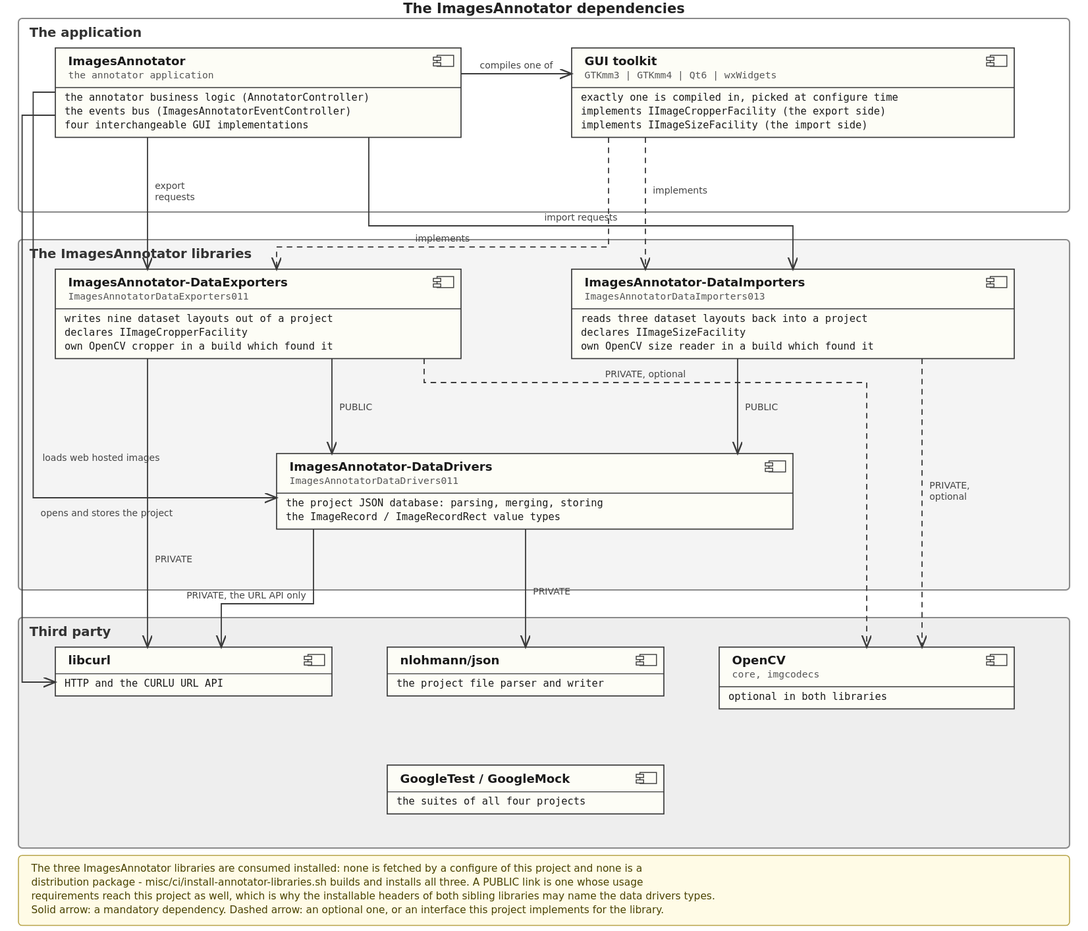
This is doc/diagrams/images/dependencies.svg from yuriysydor1991/ImagesAnnotator, a PlantUML export, as it was before one commit. Its source is kept beside it as doc/diagrams/plantuml/dependencies.puml. Its diagram source:
```plantuml
@startuml

title The ImagesAnnotator dependencies

package "The application" #FFFFFF {
  component "ImagesAnnotator" as APP
  component "GUI toolkit\nGTKmm3 | GTKmm4 | Qt6 | wxWidgets" as GUI
}

package "The ImagesAnnotator libraries" #F4F4F4 {
  component "ImagesAnnotator-DataExporters\nImagesAnnotatorDataExporters011" as IADE
  component "ImagesAnnotator-DataImporters\nImagesAnnotatorDataImporters013" as IADI
  component "ImagesAnnotator-DataDrivers\nImagesAnnotatorDataDrivers011" as IADD
}

package "Third party" #EEEEEE {
  component "libcurl" as CURL
  component "nlohmann/json" as NJSON
  component "OpenCV\ncore, imgcodecs" as OCV
  component "GoogleTest / GoogleMock" as GTEST
}

note right of APP
  The annotator business logic, the events bus
  and four interchangeable GUI implementations.
  Exactly one toolkit is compiled in, picked at
  the configure time by the mutually exclusive
  USE_GTKMM3 / USE_GTKMM4 / USE_QT6 /
  USE_WXWIDGETS options.
end note

note bottom of IADE
  Writes nine dataset layouts out of a project.
  Declares IImageCropperFacility, and ships an
  OpenCV cropper of its own when the build
  found OpenCV.
end note

note bottom of IADI
  Reads three dataset layouts back into a
  project. Declares IImageSizeFacility, and
  ships an OpenCV size reader of its own when
  the build found OpenCV.
end note

note bottom of IADD
  The project JSON database - the parsing, the
  merging and the storing - and the ImageRecord
  / ImageRecordRect value types the other two
  are written in terms of.
end note

APP --> GUI : compiles one of
APP --> IADE : export requests
APP --> IADI : import requests
APP --> IADD : opens and stores the project
APP --> CURL : loads web hosted images

GUI ..> IADE : implements\nIImageCropperFacility
GUI ..> IADI : implements\nIImageSizeFacility

IADE --> IADD : PUBLIC
IADI --> IADD : PUBLIC

IADE --> CURL : PRIVATE
IADE ..> OCV : PRIVATE, optional
IADI ..> OCV : PRIVATE, optional

IADD --> NJSON : PRIVATE
IADD --> CURL : PRIVATE, the CURLU URL API only

APP ..> GTEST : tests only
IADE ..> GTEST : tests only
IADI ..> GTEST : tests only
IADD ..> GTEST : tests only

legend bottom
  The three ImagesAnnotator libraries are consumed installed: none of them is
  fetched by a configure of this project, and none is a distribution package.
  misc/ci/install-annotator-libraries.sh builds and installs all three.
  A PUBLIC link is one whose usage requirements reach this project as well -
  the installable headers of both sibling libraries name the data drivers types.
end legend

@enduml
```
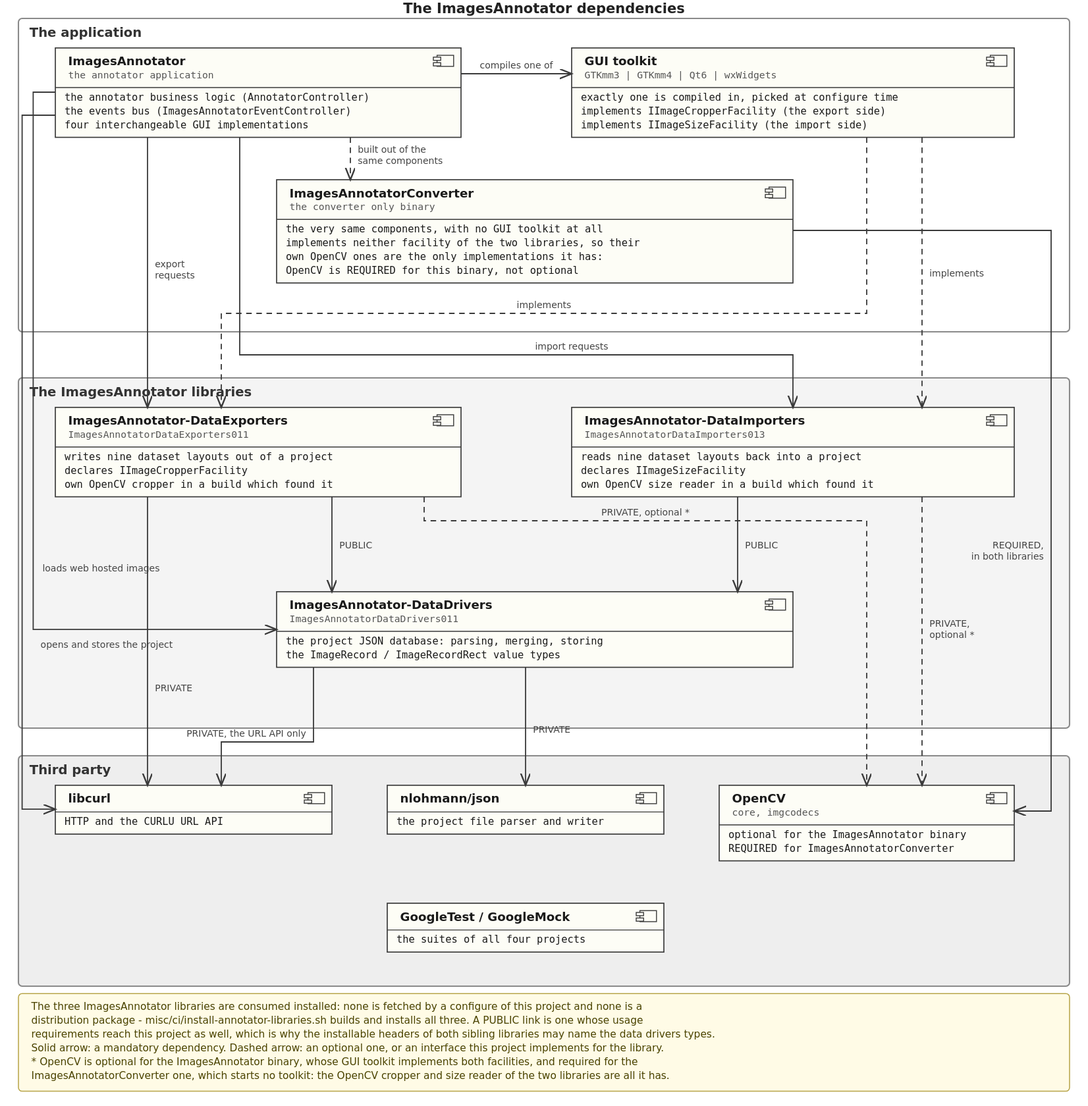
Later version of the same file.

Commit message:
Say on the dependencies diagram that the converter binary needs OpenCV

Diff of the diagram source:
```diff
@@ -5,6 +5,7 @@
 package "The application" #FFFFFF {
   component "ImagesAnnotator" as APP
   component "GUI toolkit\nGTKmm3 | GTKmm4 | Qt6 | wxWidgets" as GUI
+  component "ImagesAnnotatorConverter" as CONV
 }
 
 package "The ImagesAnnotator libraries" #F4F4F4 {
@@ -29,6 +30,17 @@
   USE_WXWIDGETS options.
 end note
 
+note bottom of CONV
+  The very same components built into a second
+  binary with no GUI toolkit at all, so it
+  implements neither IImageCropperFacility nor
+  IImageSizeFacility - and the OpenCV cropper
+  and size reader the two libraries ship are
+  the only implementations it has. OpenCV is
+  therefore REQUIRED for this binary, while it
+  stays optional for the one above.
+end note
+
 note bottom of IADE
   Writes nine dataset layouts out of a project.
   Declares IImageCropperFacility, and ships an
@@ -37,7 +49,7 @@
 end note
 
 note bottom of IADI
-  Reads three dataset layouts back into a
+  Reads nine dataset layouts back into a
   project. Declares IImageSizeFacility, and
   ships an OpenCV size reader of its own when
   the build found OpenCV.
@@ -51,6 +63,7 @@
 end note
 
 APP --> GUI : compiles one of
+APP ..> CONV : built out of the\nsame components
 APP --> IADE : export requests
 APP --> IADI : import requests
 APP --> IADD : opens and stores the project
@@ -59,12 +72,14 @@
 GUI ..> IADE : implements\nIImageCropperFacility
 GUI ..> IADI : implements\nIImageSizeFacility
 
+CONV --> OCV : REQUIRED,\nin both libraries
+
 IADE --> IADD : PUBLIC
 IADI --> IADD : PUBLIC
 
 IADE --> CURL : PRIVATE
-IADE ..> OCV : PRIVATE, optional
-IADI ..> OCV : PRIVATE, optional
+IADE ..> OCV : PRIVATE, optional *
+IADI ..> OCV : PRIVATE, optional *
 
 IADD --> NJSON : PRIVATE
 IADD --> CURL : PRIVATE, the CURLU URL API only
@@ -80,6 +95,10 @@
   misc/ci/install-annotator-libraries.sh builds and installs all three.
   A PUBLIC link is one whose usage requirements reach this project as well -
   the installable headers of both sibling libraries name the data drivers types.
+  * OpenCV is optional for the ImagesAnnotator binary, whose GUI toolkit
+  implements both facilities, and required for the ImagesAnnotatorConverter one,
+  which starts no toolkit and has the OpenCV implementations of the two
+  libraries alone.
 end legend
 
 @enduml
```
